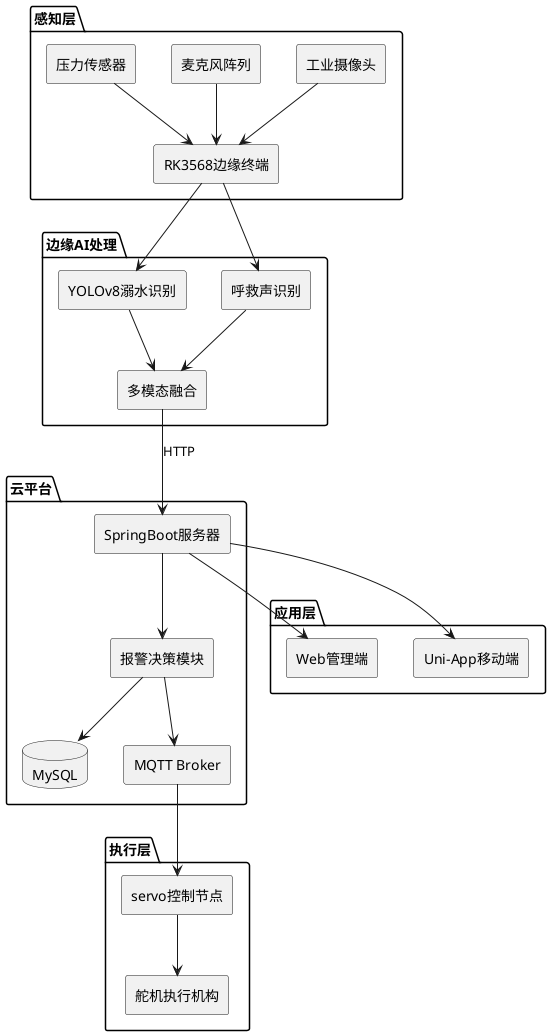
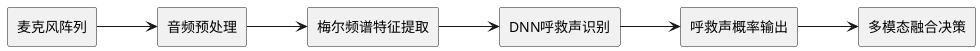
@startuml

- skinparam shadowing false
+ left to right direction

- package "感知层" {
+ rectangle "麦克风阵列" as Mic

-     rectangle "工业摄像头" as Camera
+ rectangle "音频预处理" as Pre

-     rectangle "麦克风阵列" as Mic
+ rectangle "梅尔频谱特征提取" as Mel

-     rectangle "压力传感器" as Pressure
+ rectangle "DNN呼救声识别" as DNN

-     rectangle "RK3568边缘终端" as RK
- }
+ rectangle "呼救声概率输出" as Prob

- package "边缘AI处理" {
+ rectangle "多模态融合决策" as Fusion

-     rectangle "YOLOv8溺水识别" as YOLO
+ Mic --> Pre

-     rectangle "呼救声识别" as Audio
+ Pre --> Mel

-     rectangle "多模态融合" as Fusion
- }
+ Mel --> DNN

- package "云平台" {
+ DNN --> Prob

-     rectangle "SpringBoot服务器" as Spring
- 
-     rectangle "报警决策模块" as Alarm
- 
-     database "MySQL" as DB
- 
-     rectangle "MQTT Broker" as Broker
- }
- 
- package "执行层" {
- 
-     rectangle "servo控制节点" as ESP
- 
-     rectangle "舵机执行机构" as Servo
- }
- 
- package "应用层" {
- 
-     rectangle "Web管理端" as Web
- 
-     rectangle "Uni-App移动端" as App
- }
- 
- Camera --> RK
- Mic --> RK
- Pressure --> RK
- 
- RK --> YOLO
- RK --> Audio
- 
- YOLO --> Fusion
- Audio --> Fusion
- 
- Fusion --> Spring : HTTP
- 
- Spring --> Alarm
- 
- Alarm --> DB
- 
- Alarm --> Broker
- 
- Broker --> ESP
- 
- ESP --> Servo
- 
- Spring --> Web
- 
- Spring --> App
+ Prob --> Fusion

@enduml